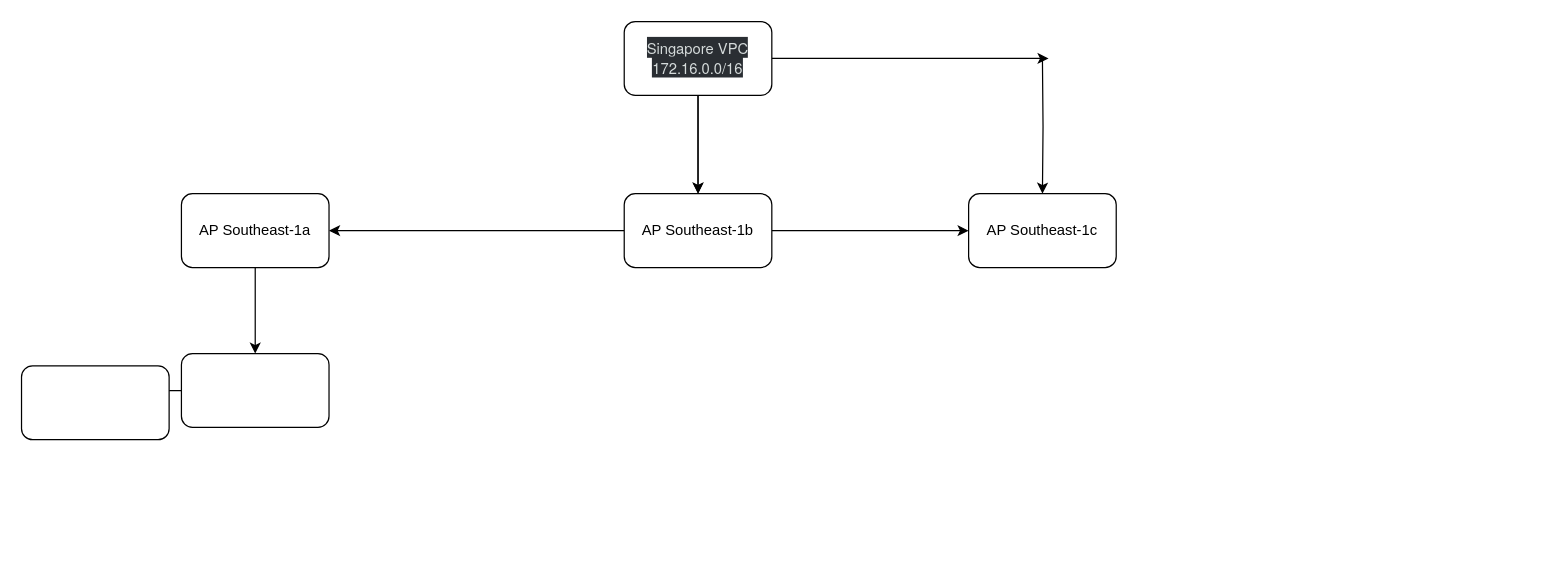
Above: Untitled Diagram.drawio in Rbilli51614/class6 (draw.io), before the change. Source tidied: cells renumbered, new cells numbered last; positions are measured from the earlier drawing's top-left corner, leaving out a move shared by most shapes. Both pictures are drawn from the tidied source at 123%, with x=0, y=0 at pixel (21, 21).
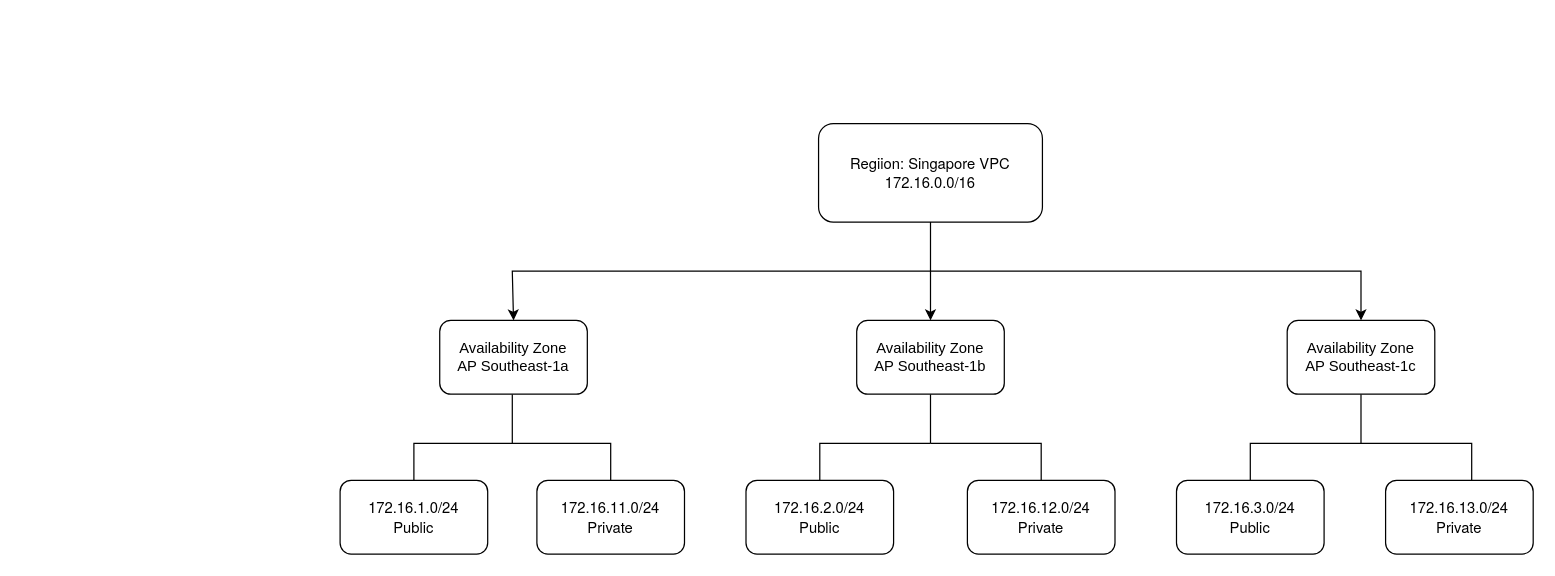
The same diagram, later.

Diff of the diagram source:
```diff
@@
-    <mxCell id="3" style="rounded=0;jettySize=auto;html=1;" parent="1" edge="1" source="5" target="8">
-      <mxGeometry relative="1" as="geometry" />
+    <mxCell id="3" style="rounded=0;jettySize=auto;html=1;entryX=0.5;entryY=0;entryDx=0;entryDy=0;" parent="1" edge="1" target="9">
+      <mxGeometry relative="1" as="geometry">
+        <mxPoint x="739" y="203" as="sourcePoint" />
+        <Array as="points">
+          <mxPoint x="1089" y="203" />
+        </Array>
+      </mxGeometry>
     </mxCell>
-    <mxCell id="4" style="edgeStyle=orthogonalEdgeStyle;rounded=0;jettySize=auto;html=1;strokeColor=default;curved=0;jumpStyle=line;" parent="1" edge="1" source="5">
-      <mxGeometry relative="1" as="geometry">
-        <mxPoint x="835" y="30" as="targetPoint" />
-      </mxGeometry>
-    </mxCell>
-    <mxCell id="5" value="&lt;div&gt;&lt;span style=&quot;color: rgb(213, 219, 219); font-family: &amp;quot;Amazon Ember&amp;quot;, &amp;quot;Helvetica Neue&amp;quot;, Roboto, Arial, sans-serif; text-align: start; text-wrap: nowrap; background-color: rgb(42, 46, 51);&quot;&gt;Singapore VPC&lt;/span&gt;&lt;/div&gt;&lt;span style=&quot;color: rgb(213, 219, 219); font-family: &amp;quot;Amazon Ember&amp;quot;, &amp;quot;Helvetica Neue&amp;quot;, Roboto, Arial, sans-serif; text-align: start; text-wrap: nowrap; background-color: rgb(42, 46, 51);&quot;&gt;172.16.0.0/16&lt;/span&gt;" style="rounded=1;whiteSpace=wrap;html=1;" parent="1" vertex="1">
-      <mxGeometry x="490" width="120" height="60" as="geometry" />
+    <mxCell id="5" value="&lt;div&gt;&lt;span style=&quot;font-family: &amp;quot;Amazon Ember&amp;quot;, &amp;quot;Helvetica Neue&amp;quot;, Roboto, Arial, sans-serif; text-align: start; text-wrap: nowrap;&quot;&gt;Regiion: Singapore VPC&lt;/span&gt;&lt;/div&gt;&lt;span style=&quot;font-family: &amp;quot;Amazon Ember&amp;quot;, &amp;quot;Helvetica Neue&amp;quot;, Roboto, Arial, sans-serif; text-align: start; text-wrap: nowrap;&quot;&gt;172.16.0.0/16&lt;/span&gt;" style="rounded=1;whiteSpace=wrap;html=1;" parent="1" vertex="1">
+      <mxGeometry x="648" y="83" width="182" height="80" as="geometry" />
     </mxCell>
-    <mxCell id="6" style="edgeStyle=orthogonalEdgeStyle;rounded=0;jettySize=auto;html=1;" parent="1" edge="1" source="8" target="9">
-      <mxGeometry relative="1" as="geometry" />
-    </mxCell>
-    <mxCell id="7" style="edgeStyle=orthogonalEdgeStyle;rounded=0;jettySize=auto;html=1;" parent="1" edge="1" source="8" target="11">
-      <mxGeometry relative="1" as="geometry" />
-    </mxCell>
+    <mxCell id="16" style="edgeStyle=none;rounded=0;jettySize=auto;html=1;endArrow=none;endFill=0;exitX=0.5;exitY=1;exitDx=0;exitDy=0;" parent="1" edge="1" source="8">
+      <mxGeometry relative="1" as="geometry">
+        <mxPoint x="739" y="343" as="targetPoint" />
+      </mxGeometry>
+    </mxCell>
-    <mxCell id="8" value="AP Southeast-1b" style="whiteSpace=wrap;html=1;rounded=1;" parent="1" vertex="1">
-      <mxGeometry x="490" y="140" width="120" height="60" as="geometry" />
+    <mxCell id="8" value="&lt;div&gt;Availability Zone&lt;br&gt;&lt;/div&gt;AP Southeast-1b" style="whiteSpace=wrap;html=1;rounded=1;" parent="1" vertex="1">
+      <mxGeometry x="679" y="243" width="120" height="60" as="geometry" />
     </mxCell>
+    <mxCell id="17" style="edgeStyle=none;rounded=0;jettySize=auto;html=1;endArrow=none;endFill=0;" parent="1" edge="1" source="9">
+      <mxGeometry relative="1" as="geometry">
+        <mxPoint x="1089" y="343" as="targetPoint" />
+      </mxGeometry>
+    </mxCell>
+    <mxCell id="18" style="edgeStyle=none;rounded=0;orthogonalLoop=1;jettySize=auto;html=1;endArrow=none;endFill=0;" parent="1" edge="1">
+      <mxGeometry relative="1" as="geometry">
+        <mxPoint x="1089" y="343" as="sourcePoint" />
+        <mxPoint x="1179" y="373" as="targetPoint" />
+        <Array as="points">
+          <mxPoint x="1179" y="343" />
+        </Array>
+      </mxGeometry>
+    </mxCell>
-    <mxCell id="9" value="AP Southeast-1c" style="whiteSpace=wrap;html=1;rounded=1;" parent="1" vertex="1">
-      <mxGeometry x="770" y="140" width="120" height="60" as="geometry" />
+    <mxCell id="9" value="&lt;div&gt;Availability Zone&lt;br&gt;&lt;/div&gt;AP Southeast-1c" style="whiteSpace=wrap;html=1;rounded=1;" parent="1" vertex="1">
+      <mxGeometry x="1029" y="243" width="120" height="60" as="geometry" />
     </mxCell>
-    <mxCell id="10" style="edgeStyle=orthogonalEdgeStyle;rounded=0;jettySize=auto;html=1;" parent="1" edge="1" source="11" target="13">
-      <mxGeometry relative="1" as="geometry" />
+    <mxCell id="10" style="edgeStyle=orthogonalEdgeStyle;rounded=0;jettySize=auto;html=1;endArrow=none;endFill=0;entryX=0.5;entryY=0;entryDx=0;entryDy=0;" parent="1" edge="1" source="11" target="14">
+      <mxGeometry relative="1" as="geometry">
+        <Array as="points">
+          <mxPoint x="399" y="343" />
+          <mxPoint x="319" y="343" />
+        </Array>
+      </mxGeometry>
     </mxCell>
-    <mxCell id="11" value="AP Southeast-1a" style="whiteSpace=wrap;html=1;rounded=1;" parent="1" vertex="1">
-      <mxGeometry x="130" y="140" width="120" height="60" as="geometry" />
+    <mxCell id="11" value="&lt;div&gt;Availability Zone&lt;/div&gt;AP Southeast-1a" style="whiteSpace=wrap;html=1;rounded=1;" parent="1" vertex="1">
+      <mxGeometry x="340" y="243" width="120" height="60" as="geometry" />
     </mxCell>
-    <mxCell id="12" style="edgeStyle=orthogonalEdgeStyle;rounded=0;jettySize=auto;html=1;" parent="1" edge="1" source="13" target="14">
-      <mxGeometry relative="1" as="geometry" />
-    </mxCell>
-    <mxCell id="13" style="whiteSpace=wrap;html=1;rounded=1;" parent="1" vertex="1">
-      <mxGeometry x="130" y="270" width="120" height="60" as="geometry" />
-    </mxCell>
-    <mxCell id="14" style="whiteSpace=wrap;html=1;rounded=1;" parent="1" vertex="1">
-      <mxGeometry y="280" width="120" height="60" as="geometry" />
+    <mxCell id="14" value="&lt;span style=&quot;font-family: &amp;quot;Amazon Ember&amp;quot;, &amp;quot;Helvetica Neue&amp;quot;, Roboto, Arial, sans-serif; text-align: start; text-wrap: nowrap;&quot;&gt;172.16.1.0/24&lt;/span&gt;&lt;div&gt;&lt;span style=&quot;font-family: &amp;quot;Amazon Ember&amp;quot;, &amp;quot;Helvetica Neue&amp;quot;, Roboto, Arial, sans-serif; text-align: start; text-wrap: nowrap;&quot;&gt;Public&lt;/span&gt;&lt;/div&gt;" style="whiteSpace=wrap;html=1;rounded=1;" parent="1" vertex="1">
+      <mxGeometry x="259" y="373" width="120" height="60" as="geometry" />
     </mxCell>
-    <mxCell id="15" style="edgeStyle=orthogonalEdgeStyle;rounded=0;jettySize=auto;html=1;" parent="1" edge="1" target="9">
-      <mxGeometry relative="1" as="geometry">
-        <mxPoint x="830" y="30" as="sourcePoint" />
-      </mxGeometry>
-    </mxCell>
+    <mxCell id="19" style="rounded=0;jettySize=auto;html=1;entryX=0.5;entryY=0;entryDx=0;entryDy=0;" parent="1" edge="1" target="11">
+      <mxGeometry relative="1" as="geometry">
+        <mxPoint x="739" y="203" as="sourcePoint" />
+        <Array as="points">
+          <mxPoint x="399" y="203" />
+        </Array>
+      </mxGeometry>
+    </mxCell>
+    <mxCell id="20" value="&lt;span style=&quot;font-family: &amp;quot;Amazon Ember&amp;quot;, &amp;quot;Helvetica Neue&amp;quot;, Roboto, Arial, sans-serif; text-align: start; text-wrap: nowrap;&quot;&gt;172.16.11.0/24&lt;/span&gt;&lt;div&gt;&lt;span style=&quot;font-family: &amp;quot;Amazon Ember&amp;quot;, &amp;quot;Helvetica Neue&amp;quot;, Roboto, Arial, sans-serif; text-align: start; text-wrap: nowrap;&quot;&gt;Private&lt;/span&gt;&lt;/div&gt;" style="whiteSpace=wrap;html=1;rounded=1;" parent="1" vertex="1">
+      <mxGeometry x="419" y="373" width="120" height="60" as="geometry" />
+    </mxCell>
+    <mxCell id="21" value="&lt;span style=&quot;font-family: &amp;quot;Amazon Ember&amp;quot;, &amp;quot;Helvetica Neue&amp;quot;, Roboto, Arial, sans-serif; text-align: start; text-wrap: nowrap;&quot;&gt;172.16.2.0/24&lt;/span&gt;&lt;div&gt;&lt;span style=&quot;font-family: &amp;quot;Amazon Ember&amp;quot;, &amp;quot;Helvetica Neue&amp;quot;, Roboto, Arial, sans-serif; text-align: start; text-wrap: nowrap;&quot;&gt;Public&lt;/span&gt;&lt;/div&gt;" style="whiteSpace=wrap;html=1;rounded=1;fillColor=none;" parent="1" vertex="1">
+      <mxGeometry x="589" y="373" width="120" height="60" as="geometry" />
+    </mxCell>
+    <mxCell id="22" value="&lt;span style=&quot;font-family: &amp;quot;Amazon Ember&amp;quot;, &amp;quot;Helvetica Neue&amp;quot;, Roboto, Arial, sans-serif; text-align: start; text-wrap: nowrap;&quot;&gt;172.16.12.0/24&lt;/span&gt;&lt;div&gt;&lt;span style=&quot;font-family: &amp;quot;Amazon Ember&amp;quot;, &amp;quot;Helvetica Neue&amp;quot;, Roboto, Arial, sans-serif; text-align: start; text-wrap: nowrap;&quot;&gt;Private&lt;/span&gt;&lt;/div&gt;" style="whiteSpace=wrap;html=1;rounded=1;fillColor=none;" parent="1" vertex="1">
+      <mxGeometry x="769" y="373" width="120" height="60" as="geometry" />
+    </mxCell>
+    <mxCell id="23" style="edgeStyle=none;rounded=0;jettySize=auto;html=1;endArrow=none;endFill=0;entryX=0.5;entryY=0;entryDx=0;entryDy=0;" parent="1" edge="1" target="22">
+      <mxGeometry relative="1" as="geometry">
+        <mxPoint x="739" y="343" as="sourcePoint" />
+        <Array as="points">
+          <mxPoint x="829" y="343" />
+        </Array>
+      </mxGeometry>
+    </mxCell>
+    <mxCell id="24" style="edgeStyle=none;rounded=0;jettySize=auto;html=1;endArrow=none;endFill=0;exitX=0.5;exitY=0;exitDx=0;exitDy=0;" parent="1" edge="1" source="21">
+      <mxGeometry relative="1" as="geometry">
+        <mxPoint x="739" y="343" as="targetPoint" />
+        <Array as="points">
+          <mxPoint x="649" y="343" />
+        </Array>
+      </mxGeometry>
+    </mxCell>
+    <mxCell id="25" style="edgeStyle=none;rounded=0;jettySize=auto;html=1;endArrow=none;endFill=0;entryX=0.5;entryY=0;entryDx=0;entryDy=0;" parent="1" edge="1" target="20">
+      <mxGeometry relative="1" as="geometry">
+        <mxPoint x="399" y="343" as="sourcePoint" />
+        <Array as="points">
+          <mxPoint x="479" y="343" />
+        </Array>
+      </mxGeometry>
+    </mxCell>
+    <mxCell id="26" style="edgeStyle=none;rounded=0;jettySize=auto;html=1;endArrow=none;endFill=0;exitX=0.5;exitY=0;exitDx=0;exitDy=0;" parent="1" edge="1" source="27">
+      <mxGeometry relative="1" as="geometry">
+        <mxPoint x="1089" y="343" as="targetPoint" />
+        <Array as="points">
+          <mxPoint x="999" y="343" />
+        </Array>
+      </mxGeometry>
+    </mxCell>
+    <mxCell id="27" value="&lt;span style=&quot;font-family: &amp;quot;Amazon Ember&amp;quot;, &amp;quot;Helvetica Neue&amp;quot;, Roboto, Arial, sans-serif; text-align: start; text-wrap: nowrap;&quot;&gt;172.16.3.0/24&lt;/span&gt;&lt;div&gt;&lt;span style=&quot;font-family: &amp;quot;Amazon Ember&amp;quot;, &amp;quot;Helvetica Neue&amp;quot;, Roboto, Arial, sans-serif; text-align: start; text-wrap: nowrap;&quot;&gt;Public&lt;/span&gt;&lt;/div&gt;" style="whiteSpace=wrap;html=1;rounded=1;fillColor=none;" parent="1" vertex="1">
+      <mxGeometry x="939" y="373" width="120" height="60" as="geometry" />
+    </mxCell>
+    <mxCell id="28" value="&lt;span style=&quot;font-family: &amp;quot;Amazon Ember&amp;quot;, &amp;quot;Helvetica Neue&amp;quot;, Roboto, Arial, sans-serif; text-align: start; text-wrap: nowrap;&quot;&gt;172.16.13.0/24&lt;/span&gt;&lt;div&gt;&lt;span style=&quot;font-family: &amp;quot;Amazon Ember&amp;quot;, &amp;quot;Helvetica Neue&amp;quot;, Roboto, Arial, sans-serif; text-align: start; text-wrap: nowrap;&quot;&gt;Private&lt;/span&gt;&lt;/div&gt;" style="whiteSpace=wrap;html=1;rounded=1;fillColor=none;" parent="1" vertex="1">
+      <mxGeometry x="1109" y="373" width="120" height="60" as="geometry" />
+    </mxCell>
```
